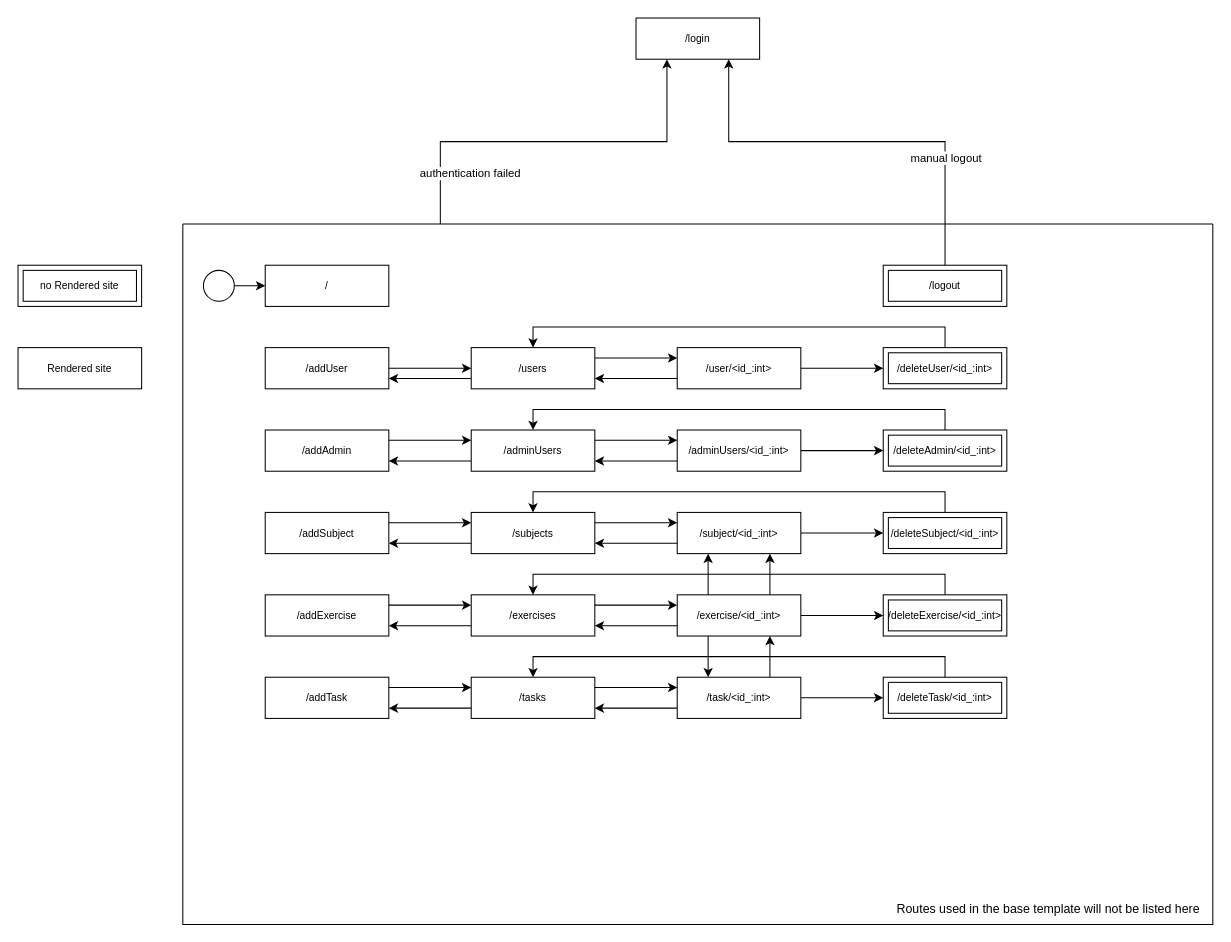
ooemperor/CodeGrader keeps this draw.io diagram as doc/frontend/AdminFrontendTemplateLinks.drawio. Above is the earlier version. Source tidied: cells renumbered, new cells numbered last; positions are measured from the earlier drawing's top-left corner, leaving out a move shared by most shapes. Both pictures are drawn from the tidied source at 103%, with x=0, y=0 at pixel (18, 18).
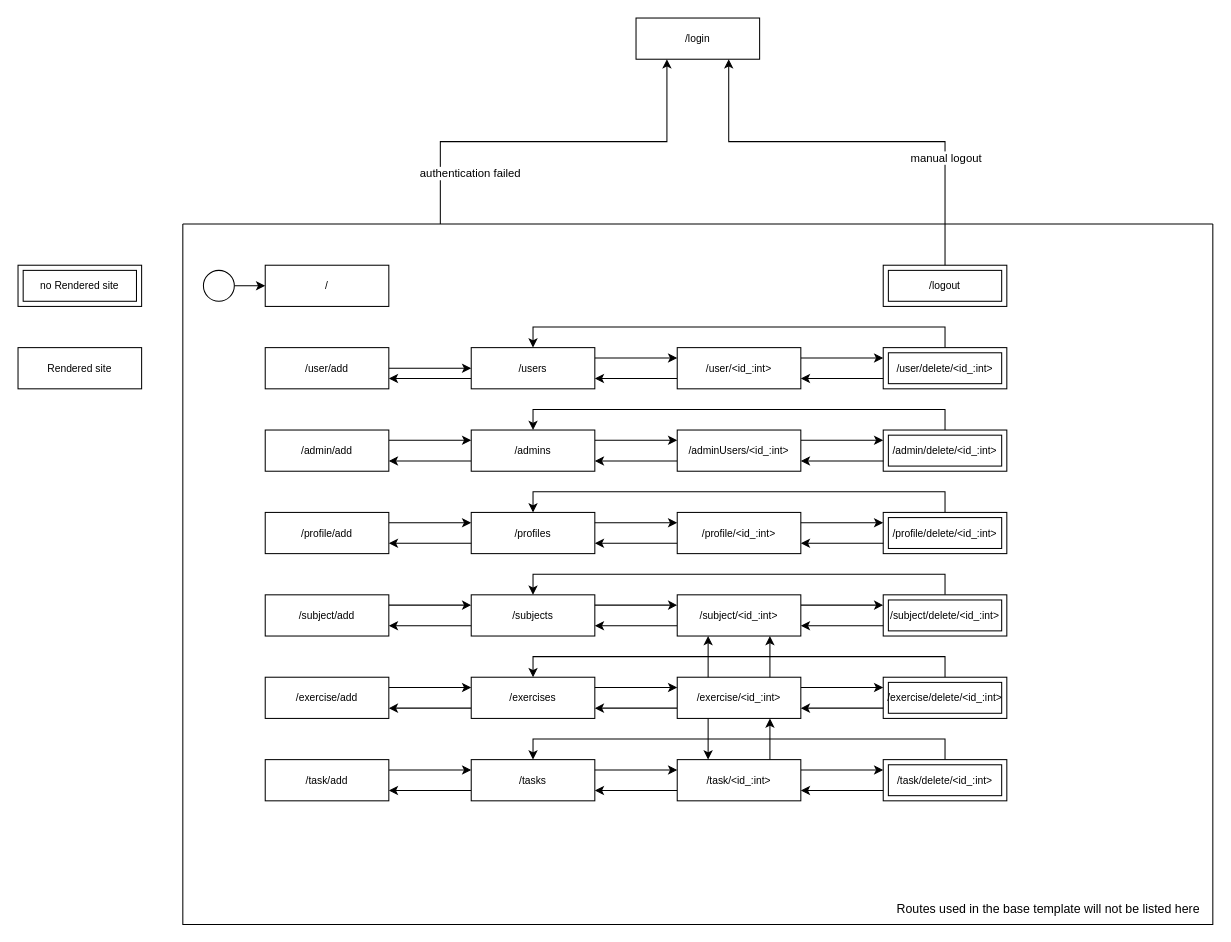
Above is the later version.

Unchanged cells that the change refers to:
```xml
<mxCell id="4" style="swimlane;startSize=0;" parent="1" vertex="1">
  <mxGeometry x="160" y="200" width="1000" height="680" as="geometry" />
</mxCell>
<mxCell id="14" value="&lt;font style=&quot;font-size: 10px;&quot;&gt;/user/&amp;lt;id_:int&amp;gt;&lt;/font&gt;" style="whiteSpace=wrap;html=1;align=center;" parent="4" vertex="1">
  <mxGeometry x="480" y="120" width="120" height="40" as="geometry" />
</mxCell>
<mxCell id="20" value="&lt;font style=&quot;font-size: 10px;&quot;&gt;/adminUsers/&amp;lt;id_:int&amp;gt;&lt;/font&gt;" style="whiteSpace=wrap;html=1;align=center;" parent="4" vertex="1">
  <mxGeometry x="480" y="200" width="120" height="40" as="geometry" />
</mxCell>
```

Diff of the diagram source:
```diff
@@
-    <mxCell id="13" style="edgeStyle=orthogonalEdgeStyle;rounded=0;jettySize=auto;html=1;entryX=0;entryY=0.5;entryDx=0;entryDy=0;" parent="4" edge="1" source="14" target="55">
+    <mxCell id="13" style="edgeStyle=orthogonalEdgeStyle;rounded=0;jettySize=auto;html=1;entryX=0;entryY=0.25;entryDx=0;entryDy=0;exitX=1;exitY=0.25;exitDx=0;exitDy=0;" parent="4" edge="1" source="14" target="55">
       <mxGeometry relative="1" as="geometry" />
     </mxCell>
@@
-    <mxCell id="17" value="&lt;font style=&quot;font-size: 10px;&quot;&gt;/adminUsers&lt;/font&gt;" style="whiteSpace=wrap;html=1;align=center;" parent="4" vertex="1">
+    <mxCell id="17" value="&lt;font style=&quot;font-size: 10px;&quot;&gt;/admins&lt;/font&gt;" style="whiteSpace=wrap;html=1;align=center;" parent="4" vertex="1">
       <mxGeometry x="280" y="200" width="120" height="40" as="geometry" />
     </mxCell>
@@
-    <mxCell id="19" style="edgeStyle=orthogonalEdgeStyle;rounded=0;jettySize=auto;html=1;entryX=0;entryY=0.5;entryDx=0;entryDy=0;" parent="4" edge="1" source="20" target="57">
+    <mxCell id="19" style="edgeStyle=orthogonalEdgeStyle;rounded=0;jettySize=auto;html=1;entryX=0;entryY=0.25;entryDx=0;entryDy=0;exitX=1;exitY=0.25;exitDx=0;exitDy=0;" parent="4" edge="1" source="20" target="57">
       <mxGeometry relative="1" as="geometry" />
     </mxCell>
@@
-    <mxCell id="22" value="&lt;font style=&quot;font-size: 10px;&quot;&gt;/addUser&lt;/font&gt;" style="whiteSpace=wrap;html=1;align=center;" parent="4" vertex="1">
+    <mxCell id="22" value="&lt;span style=&quot;font-size: 10px;&quot;&gt;/user/add&lt;/span&gt;" style="whiteSpace=wrap;html=1;align=center;" parent="4" vertex="1">
       <mxGeometry x="80" y="120" width="120" height="40" as="geometry" />
     </mxCell>
@@
-    <mxCell id="24" value="&lt;font style=&quot;font-size: 10px;&quot;&gt;/addAdmin&lt;/font&gt;" style="whiteSpace=wrap;html=1;align=center;" parent="4" vertex="1">
+    <mxCell id="24" value="&lt;font style=&quot;font-size: 10px;&quot;&gt;/admin/add&lt;/font&gt;" style="whiteSpace=wrap;html=1;align=center;" parent="4" vertex="1">
       <mxGeometry x="80" y="200" width="120" height="40" as="geometry" />
     </mxCell>
@@
     <mxCell id="26" value="&lt;span style=&quot;font-size: 10px;&quot;&gt;/subjects&lt;/span&gt;" style="whiteSpace=wrap;html=1;align=center;" parent="4" vertex="1">
-      <mxGeometry x="280" y="280" width="120" height="40" as="geometry" />
+      <mxGeometry x="280" y="360" width="120" height="40" as="geometry" />
     </mxCell>
@@
-    <mxCell id="28" style="edgeStyle=orthogonalEdgeStyle;rounded=0;jettySize=auto;html=1;entryX=0;entryY=0.5;entryDx=0;entryDy=0;" parent="4" edge="1" source="29" target="59">
+    <mxCell id="28" style="edgeStyle=orthogonalEdgeStyle;rounded=0;jettySize=auto;html=1;entryX=0;entryY=0.25;entryDx=0;entryDy=0;exitX=1;exitY=0.25;exitDx=0;exitDy=0;" parent="4" edge="1" source="29" target="59">
       <mxGeometry relative="1" as="geometry" />
     </mxCell>
     <mxCell id="29" value="&lt;font style=&quot;font-size: 10px;&quot;&gt;/subject/&amp;lt;id_:int&amp;gt;&lt;/font&gt;" style="whiteSpace=wrap;html=1;align=center;" parent="4" vertex="1">
-      <mxGeometry x="480" y="280" width="120" height="40" as="geometry" />
+      <mxGeometry x="480" y="360" width="120" height="40" as="geometry" />
     </mxCell>
@@
-    <mxCell id="32" value="&lt;font style=&quot;font-size: 10px;&quot;&gt;/addSubject&lt;/font&gt;" style="whiteSpace=wrap;html=1;align=center;" parent="4" vertex="1">
-      <mxGeometry x="80" y="280" width="120" height="40" as="geometry" />
+    <mxCell id="32" value="&lt;font style=&quot;font-size: 10px;&quot;&gt;/subject/add&lt;/font&gt;" style="whiteSpace=wrap;html=1;align=center;" parent="4" vertex="1">
+      <mxGeometry x="80" y="360" width="120" height="40" as="geometry" />
     </mxCell>
@@
     <mxCell id="34" value="&lt;font style=&quot;font-size: 10px;&quot;&gt;/exercises&lt;/font&gt;" style="whiteSpace=wrap;html=1;align=center;" parent="4" vertex="1">
-      <mxGeometry x="280" y="360" width="120" height="40" as="geometry" />
+      <mxGeometry x="280" y="440" width="120" height="40" as="geometry" />
     </mxCell>
@@
-    <mxCell id="36" style="edgeStyle=orthogonalEdgeStyle;rounded=0;jettySize=auto;html=1;entryX=0;entryY=0.5;entryDx=0;entryDy=0;" parent="4" edge="1" source="37" target="61">
+    <mxCell id="36" style="edgeStyle=orthogonalEdgeStyle;rounded=0;jettySize=auto;html=1;entryX=0;entryY=0.25;entryDx=0;entryDy=0;exitX=1;exitY=0.25;exitDx=0;exitDy=0;" parent="4" edge="1" source="37" target="61">
       <mxGeometry relative="1" as="geometry" />
     </mxCell>
     <mxCell id="37" value="&lt;font style=&quot;font-size: 10px;&quot;&gt;/exercise/&amp;lt;id_:int&amp;gt;&lt;/font&gt;" style="whiteSpace=wrap;html=1;align=center;" parent="4" vertex="1">
-      <mxGeometry x="480" y="360" width="120" height="40" as="geometry" />
+      <mxGeometry x="480" y="440" width="120" height="40" as="geometry" />
     </mxCell>
@@
-    <mxCell id="40" value="&lt;font style=&quot;font-size: 10px;&quot;&gt;/addExercise&lt;/font&gt;" style="whiteSpace=wrap;html=1;align=center;" parent="4" vertex="1">
-      <mxGeometry x="80" y="360" width="120" height="40" as="geometry" />
+    <mxCell id="40" value="&lt;font style=&quot;font-size: 10px;&quot;&gt;/exercise/add&lt;/font&gt;" style="whiteSpace=wrap;html=1;align=center;" parent="4" vertex="1">
+      <mxGeometry x="80" y="440" width="120" height="40" as="geometry" />
     </mxCell>
@@
     <mxCell id="42" value="&lt;font style=&quot;font-size: 10px;&quot;&gt;/tasks&lt;/font&gt;" style="whiteSpace=wrap;html=1;align=center;" parent="4" vertex="1">
-      <mxGeometry x="280" y="440" width="120" height="40" as="geometry" />
+      <mxGeometry x="280" y="520" width="120" height="40" as="geometry" />
     </mxCell>
@@
-    <mxCell id="45" style="edgeStyle=orthogonalEdgeStyle;rounded=0;jettySize=auto;html=1;entryX=0;entryY=0.5;entryDx=0;entryDy=0;" parent="4" edge="1" source="46" target="63">
+    <mxCell id="45" style="edgeStyle=orthogonalEdgeStyle;rounded=0;jettySize=auto;html=1;entryX=0;entryY=0.25;entryDx=0;entryDy=0;exitX=1;exitY=0.25;exitDx=0;exitDy=0;" parent="4" edge="1" source="46" target="63">
       <mxGeometry relative="1" as="geometry" />
     </mxCell>
     <mxCell id="46" value="&lt;font style=&quot;font-size: 10px;&quot;&gt;/task/&amp;lt;id_:int&amp;gt;&lt;/font&gt;" style="whiteSpace=wrap;html=1;align=center;" parent="4" vertex="1">
-      <mxGeometry x="480" y="440" width="120" height="40" as="geometry" />
+      <mxGeometry x="480" y="520" width="120" height="40" as="geometry" />
     </mxCell>
@@
-    <mxCell id="49" value="&lt;font style=&quot;font-size: 10px;&quot;&gt;/addTask&lt;/font&gt;" style="whiteSpace=wrap;html=1;align=center;" parent="4" vertex="1">
-      <mxGeometry x="80" y="440" width="120" height="40" as="geometry" />
+    <mxCell id="49" value="&lt;font style=&quot;font-size: 10px;&quot;&gt;/task/add&lt;/font&gt;" style="whiteSpace=wrap;html=1;align=center;" parent="4" vertex="1">
+      <mxGeometry x="80" y="520" width="120" height="40" as="geometry" />
     </mxCell>
@@
-    <mxCell id="55" value="&lt;font style=&quot;font-size: 10px;&quot;&gt;/deleteUser/&amp;lt;id_:int&amp;gt;&lt;/font&gt;" style="shape=ext;margin=3;double=1;whiteSpace=wrap;html=1;align=center;" parent="4" vertex="1">
+    <mxCell id="55" value="&lt;font style=&quot;font-size: 10px;&quot;&gt;/user/delete/&amp;lt;id_:int&amp;gt;&lt;/font&gt;" style="shape=ext;margin=3;double=1;whiteSpace=wrap;html=1;align=center;" parent="4" vertex="1">
       <mxGeometry x="680" y="120" width="120" height="40" as="geometry" />
     </mxCell>
@@
-    <mxCell id="57" value="&lt;font style=&quot;font-size: 10px;&quot;&gt;/deleteAdmin/&amp;lt;id_:int&amp;gt;&lt;/font&gt;" style="shape=ext;margin=3;double=1;whiteSpace=wrap;html=1;align=center;" parent="4" vertex="1">
+    <mxCell id="57" value="&lt;font style=&quot;font-size: 10px;&quot;&gt;/admin/delete/&amp;lt;id_:int&amp;gt;&lt;/font&gt;" style="shape=ext;margin=3;double=1;whiteSpace=wrap;html=1;align=center;" parent="4" vertex="1">
       <mxGeometry x="680" y="200" width="120" height="40" as="geometry" />
     </mxCell>
@@
-    <mxCell id="59" value="&lt;font style=&quot;font-size: 10px;&quot;&gt;/deleteSubject/&amp;lt;id_:int&amp;gt;&lt;/font&gt;" style="shape=ext;margin=3;double=1;whiteSpace=wrap;html=1;align=center;" parent="4" vertex="1">
-      <mxGeometry x="680" y="280" width="120" height="40" as="geometry" />
+    <mxCell id="59" value="&lt;font style=&quot;font-size: 10px;&quot;&gt;/subject/delete/&amp;lt;id_:int&amp;gt;&lt;/font&gt;" style="shape=ext;margin=3;double=1;whiteSpace=wrap;html=1;align=center;" parent="4" vertex="1">
+      <mxGeometry x="680" y="360" width="120" height="40" as="geometry" />
     </mxCell>
@@
-    <mxCell id="61" value="&lt;font style=&quot;font-size: 10px;&quot;&gt;/deleteExercise/&amp;lt;id_:int&amp;gt;&lt;/font&gt;" style="shape=ext;margin=3;double=1;whiteSpace=wrap;html=1;align=center;" parent="4" vertex="1">
-      <mxGeometry x="680" y="360" width="120" height="40" as="geometry" />
+    <mxCell id="61" value="&lt;font style=&quot;font-size: 10px;&quot;&gt;/exercise/delete/&amp;lt;id_:int&amp;gt;&lt;/font&gt;" style="shape=ext;margin=3;double=1;whiteSpace=wrap;html=1;align=center;" parent="4" vertex="1">
+      <mxGeometry x="680" y="440" width="120" height="40" as="geometry" />
     </mxCell>
@@
-    <mxCell id="63" value="&lt;font style=&quot;font-size: 10px;&quot;&gt;/deleteTask/&amp;lt;id_:int&amp;gt;&lt;/font&gt;" style="shape=ext;margin=3;double=1;whiteSpace=wrap;html=1;align=center;" parent="4" vertex="1">
-      <mxGeometry x="680" y="440" width="120" height="40" as="geometry" />
+    <mxCell id="63" value="&lt;font style=&quot;font-size: 10px;&quot;&gt;/task/delete/&amp;lt;id_:int&amp;gt;&lt;/font&gt;" style="shape=ext;margin=3;double=1;whiteSpace=wrap;html=1;align=center;" parent="4" vertex="1">
+      <mxGeometry x="680" y="520" width="120" height="40" as="geometry" />
     </mxCell>
+    <mxCell id="69" style="edgeStyle=orthogonalEdgeStyle;rounded=0;jettySize=auto;html=1;entryX=1;entryY=0.75;entryDx=0;entryDy=0;exitX=0;exitY=0.75;exitDx=0;exitDy=0;" parent="4" edge="1" source="59" target="29">
+      <mxGeometry relative="1" as="geometry" />
+    </mxCell>
+    <mxCell id="70" style="edgeStyle=orthogonalEdgeStyle;rounded=0;jettySize=auto;html=1;entryX=1;entryY=0.75;entryDx=0;entryDy=0;exitX=0;exitY=0.75;exitDx=0;exitDy=0;" parent="4" edge="1" source="55" target="14">
+      <mxGeometry relative="1" as="geometry" />
+    </mxCell>
+    <mxCell id="71" style="edgeStyle=orthogonalEdgeStyle;rounded=0;jettySize=auto;html=1;exitX=0;exitY=0.75;exitDx=0;exitDy=0;entryX=1;entryY=0.75;entryDx=0;entryDy=0;" parent="4" edge="1" source="57" target="20">
+      <mxGeometry relative="1" as="geometry" />
+    </mxCell>
+    <mxCell id="72" style="edgeStyle=orthogonalEdgeStyle;rounded=0;jettySize=auto;html=1;entryX=1;entryY=0.75;entryDx=0;entryDy=0;exitX=0;exitY=0.75;exitDx=0;exitDy=0;" parent="4" edge="1" source="61" target="37">
+      <mxGeometry relative="1" as="geometry" />
+    </mxCell>
+    <mxCell id="73" style="edgeStyle=orthogonalEdgeStyle;rounded=0;jettySize=auto;html=1;entryX=1;entryY=0.75;entryDx=0;entryDy=0;exitX=0;exitY=0.75;exitDx=0;exitDy=0;" parent="4" edge="1" source="63" target="46">
+      <mxGeometry relative="1" as="geometry" />
+    </mxCell>
+    <mxCell id="74" value="&lt;font style=&quot;font-size: 10px;&quot;&gt;/profiles&lt;/font&gt;" style="whiteSpace=wrap;html=1;align=center;" parent="4" vertex="1">
+      <mxGeometry x="280" y="280" width="120" height="40" as="geometry" />
+    </mxCell>
+    <mxCell id="75" style="edgeStyle=orthogonalEdgeStyle;rounded=0;jettySize=auto;html=1;entryX=1;entryY=0.75;entryDx=0;entryDy=0;exitX=0;exitY=0.75;exitDx=0;exitDy=0;" parent="4" edge="1" source="76" target="74">
+      <mxGeometry relative="1" as="geometry" />
+    </mxCell>
+    <mxCell id="76" value="&lt;font style=&quot;font-size: 10px;&quot;&gt;/profile/&amp;lt;id_:int&amp;gt;&lt;/font&gt;" style="whiteSpace=wrap;html=1;align=center;" parent="4" vertex="1">
+      <mxGeometry x="480" y="280" width="120" height="40" as="geometry" />
+    </mxCell>
+    <mxCell id="77" style="edgeStyle=orthogonalEdgeStyle;rounded=0;jettySize=auto;html=1;entryX=0;entryY=0.25;entryDx=0;entryDy=0;exitX=1;exitY=0.25;exitDx=0;exitDy=0;" parent="4" edge="1" source="74" target="76">
+      <mxGeometry relative="1" as="geometry" />
+    </mxCell>
+    <mxCell id="78" style="edgeStyle=orthogonalEdgeStyle;rounded=0;jettySize=auto;html=1;entryX=0;entryY=0.25;entryDx=0;entryDy=0;exitX=1;exitY=0.25;exitDx=0;exitDy=0;" parent="4" edge="1" source="79" target="74">
+      <mxGeometry relative="1" as="geometry" />
+    </mxCell>
+    <mxCell id="79" value="&lt;font style=&quot;font-size: 10px;&quot;&gt;/profile/add&lt;/font&gt;" style="whiteSpace=wrap;html=1;align=center;" parent="4" vertex="1">
+      <mxGeometry x="80" y="280" width="120" height="40" as="geometry" />
+    </mxCell>
+    <mxCell id="80" style="edgeStyle=orthogonalEdgeStyle;rounded=0;jettySize=auto;html=1;exitX=0;exitY=0.75;exitDx=0;exitDy=0;entryX=1;entryY=0.75;entryDx=0;entryDy=0;" parent="4" edge="1" source="74" target="79">
+      <mxGeometry relative="1" as="geometry" />
+    </mxCell>
+    <mxCell id="81" style="edgeStyle=orthogonalEdgeStyle;rounded=0;jettySize=auto;html=1;entryX=0.5;entryY=0;entryDx=0;entryDy=0;exitX=0.5;exitY=0;exitDx=0;exitDy=0;" parent="4" edge="1" source="82" target="74">
+      <mxGeometry relative="1" as="geometry" />
+    </mxCell>
+    <mxCell id="82" value="&lt;font style=&quot;font-size: 10px;&quot;&gt;/profile/delete/&amp;lt;id_:int&amp;gt;&lt;/font&gt;" style="shape=ext;margin=3;double=1;whiteSpace=wrap;html=1;align=center;" parent="4" vertex="1">
+      <mxGeometry x="680" y="280" width="120" height="40" as="geometry" />
+    </mxCell>
+    <mxCell id="83" style="edgeStyle=orthogonalEdgeStyle;rounded=0;jettySize=auto;html=1;entryX=0;entryY=0.25;entryDx=0;entryDy=0;exitX=1;exitY=0.25;exitDx=0;exitDy=0;" parent="4" edge="1" source="76" target="82">
+      <mxGeometry relative="1" as="geometry" />
+    </mxCell>
+    <mxCell id="84" style="edgeStyle=orthogonalEdgeStyle;rounded=0;jettySize=auto;html=1;exitX=0;exitY=0.75;exitDx=0;exitDy=0;entryX=1;entryY=0.75;entryDx=0;entryDy=0;" parent="4" edge="1" source="82" target="76">
+      <mxGeometry relative="1" as="geometry" />
+    </mxCell>
```
